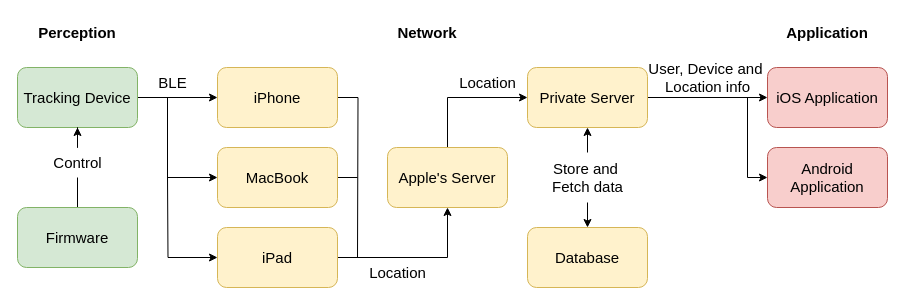
Before: Detail_System.drawio in Child-Safety-Tracker/Diagrams, a draw.io diagram. Source tidied: cells renumbered, new cells numbered last; positions are measured from the earlier drawing's top-left corner, leaving out a move shared by most shapes. Both pictures are drawn from the tidied source at 100%, with x=0, y=0 at pixel (17, 17).
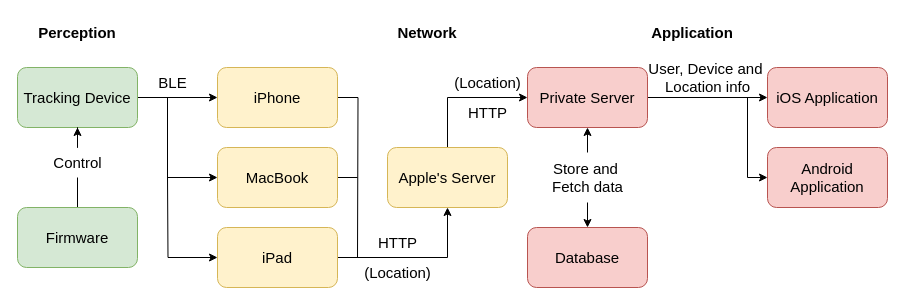
Above is the later version.

The edit, as a diff of the source:
```diff
@@
-    <mxCell id="17" value="Private Server" style="rounded=1;whiteSpace=wrap;html=1;fillColor=#fff2cc;strokeColor=#d6b656;fontSize=15;" parent="1" vertex="1">
+    <mxCell id="17" value="Private Server" style="rounded=1;whiteSpace=wrap;html=1;fillColor=#f8cecc;strokeColor=#b85450;fontSize=15;" parent="1" vertex="1">
       <mxGeometry x="510" y="50" width="120" height="60" as="geometry" />
     </mxCell>
-    <mxCell id="18" value="Database" style="rounded=1;whiteSpace=wrap;html=1;fillColor=#fff2cc;strokeColor=#d6b656;fontSize=15;" parent="1" vertex="1">
+    <mxCell id="18" value="Database" style="rounded=1;whiteSpace=wrap;html=1;fillColor=#f8cecc;strokeColor=#b85450;fontSize=15;" parent="1" vertex="1">
       <mxGeometry x="510" y="210" width="120" height="60" as="geometry" />
     </mxCell>
@@
     <mxCell id="24" value="Application" style="text;html=1;align=center;verticalAlign=middle;whiteSpace=wrap;rounded=0;fontSize=15;fontStyle=1;" parent="1" vertex="1">
-      <mxGeometry x="765" width="90" height="30" as="geometry" />
+      <mxGeometry x="630" width="90" height="30" as="geometry" />
     </mxCell>
@@
-    <mxCell id="29" value="Location" style="text;html=1;align=center;verticalAlign=middle;strokeColor=none;fillColor=none;fontSize=15;" parent="1" vertex="1">
-      <mxGeometry x="340" y="240" width="80" height="30" as="geometry" />
+    <mxCell id="29" value="(Location)" style="text;html=1;align=center;verticalAlign=middle;strokeColor=none;fillColor=none;fontSize=15;" parent="1" vertex="1">
+      <mxGeometry x="335" y="240" width="90" height="30" as="geometry" />
     </mxCell>
-    <mxCell id="30" value="Location" style="text;html=1;align=center;verticalAlign=middle;strokeColor=none;fillColor=none;fontSize=15;" parent="1" vertex="1">
-      <mxGeometry x="430" y="50" width="80" height="30" as="geometry" />
+    <mxCell id="30" value="(Location)" style="text;html=1;align=center;verticalAlign=middle;strokeColor=none;fillColor=none;fontSize=15;" parent="1" vertex="1">
+      <mxGeometry x="425" y="50" width="90" height="30" as="geometry" />
     </mxCell>
@@
+    <mxCell id="34" value="HTTP" style="text;html=1;align=center;verticalAlign=middle;strokeColor=none;fillColor=none;fontSize=15;" parent="1" vertex="1">
+      <mxGeometry x="440" y="80" width="60" height="30" as="geometry" />
+    </mxCell>
+    <mxCell id="35" value="HTTP" style="text;html=1;align=center;verticalAlign=middle;strokeColor=none;fillColor=none;fontSize=15;" parent="1" vertex="1">
+      <mxGeometry x="350" y="210" width="60" height="30" as="geometry" />
+    </mxCell>
```
